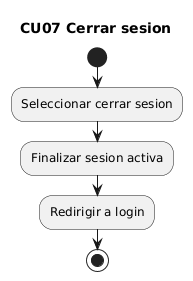
Above: docs/uml/render/actividades_cu/CU07_actividad_cerrar_sesion.png in maranavard/SISTEMA-COMPUTACIONAL-PARA-LA-GESTION-Y-CONTROL-DE-ACCESO-DE-AUTOMOVILES-M-DULO-WEB (PlantUML), before the change. The source it was exported from:
```plantuml
@startuml
title CU07 Cerrar sesion
start
:Seleccionar cerrar sesion;
:Finalizar sesion activa;
:Redirigir a login;
stop
@enduml
```
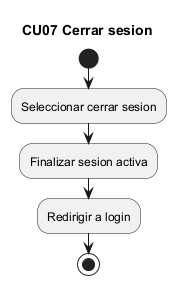
The same diagram one commit later.

What changed in the source:
```diff
@@ -1,4 +1,4 @@
-@startuml
+@startuml CU07_actividad_cerrar_sesion
 title CU07 Cerrar sesion
 start
 :Seleccionar cerrar sesion;
```
